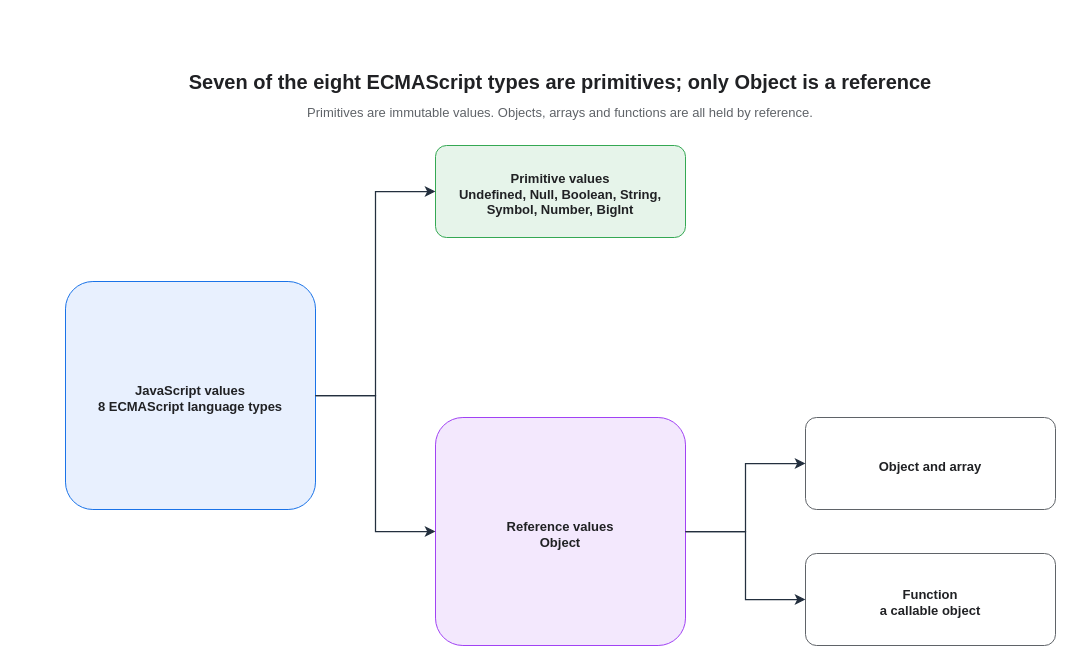
KKamJi98/kkamji98.github.io keeps this draw.io diagram as assets/img/javascript/javascript-data-type-model.drawio. Above is the earlier version. Source tidied: cells renumbered, new cells numbered last; positions are measured from the earlier drawing's top-left corner, leaving out a move shared by most shapes. Both pictures are drawn from the tidied source at 100%, with x=0, y=0 at pixel (65, 65).
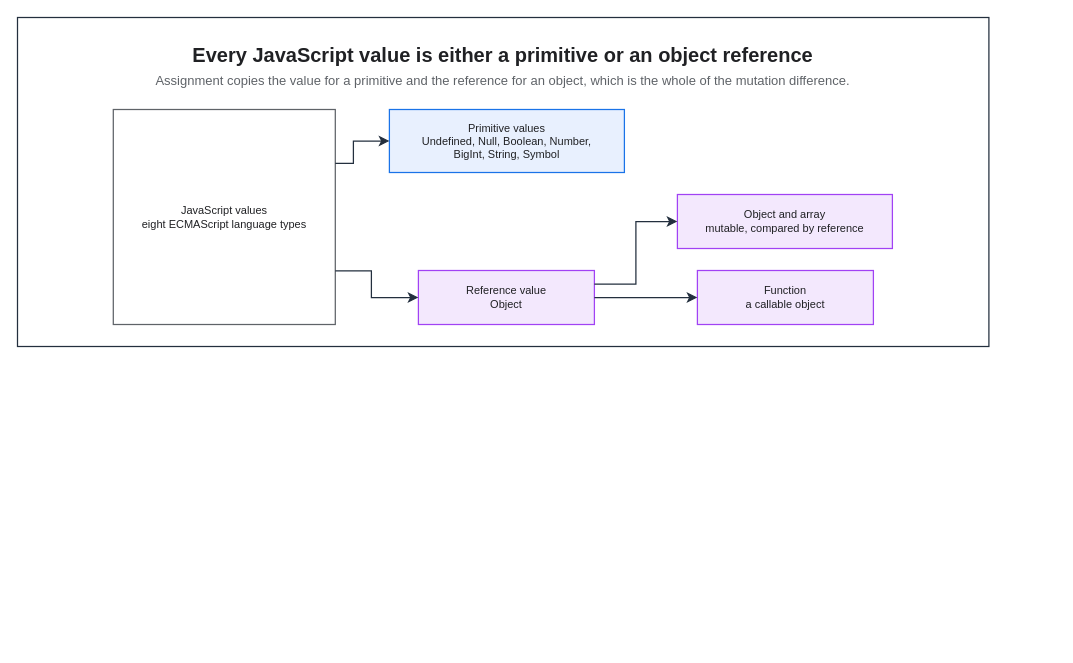
The same page after the edit.

What changed in the source:
```diff
@@
 <mxGraphModel background="#FFFFFF">
   <root>
     <mxCell id="0" />
     <mxCell id="1" parent="0" />
+    <mxCell id="13" style="rounded=0;html=0;fillColor=none;strokeColor=#232F3E;fontColor=#202124;strokeWidth=1.25;" parent="1" vertex="1">
+      <mxGeometry x="-48" y="-48" width="971.4" height="329" as="geometry" />
+    </mxCell>
-    <mxCell id="2" value="Seven of the eight ECMAScript types are primitives; only Object is a reference" style="text;html=0;strokeColor=none;fillColor=none;align=center;verticalAlign=middle;fontColor=#202124;fontSize=20;fontStyle=1;" parent="1" vertex="1">
-      <mxGeometry width="990" height="30" as="geometry" />
+    <mxCell id="2" value="Every JavaScript value is either a primitive or an object reference" style="text;html=0;whiteSpace=wrap;fillColor=none;strokeColor=none;fontColor=#202124;fontSize=20;fontStyle=1;align=center;verticalAlign=middle;" parent="1" vertex="1">
+      <mxGeometry x="-26" y="-26" width="927.4" height="30" as="geometry" />
     </mxCell>
-    <mxCell id="3" value="Primitives are immutable values. Objects, arrays and functions are all held by reference." style="text;html=0;strokeColor=none;fillColor=none;align=center;verticalAlign=middle;fontColor=#5F6368;fontSize=13;" parent="1" vertex="1">
-      <mxGeometry y="34" width="990" height="24" as="geometry" />
+    <mxCell id="3" value="Assignment copies the value for a primitive and the reference for an object, which is the whole of the mutation difference." style="text;html=0;whiteSpace=wrap;fillColor=none;strokeColor=none;fontColor=#5F6368;fontSize=13;fontStyle=0;align=center;verticalAlign=middle;" parent="1" vertex="1">
+      <mxGeometry x="-26" y="4" width="927.4" height="22" as="geometry" />
     </mxCell>
-    <mxCell id="4" value="JavaScript values&#10;8 ECMAScript language types" style="rounded=1;whiteSpace=wrap;html=0;arcSize=12;fillColor=#E8F0FE;strokeColor=#1A73E8;fontColor=#202124;fontSize=13;fontStyle=1;align=center;verticalAlign=middle;spacingTop=6;spacingLeft=6;spacingRight=6;" parent="1" vertex="1">
-      <mxGeometry y="216" width="250" height="228" as="geometry" />
+    <mxCell id="4" value="JavaScript values&#10;eight ECMAScript language types" style="rounded=0;whiteSpace=wrap;html=0;fillColor=#FFFFFF;strokeColor=#5F6368;fontColor=#202124;fontSize=11;fontStyle=0;align=center;verticalAlign=middle;spacingLeft=6;spacingRight=6;strokeWidth=1.25;" parent="1" vertex="1">
+      <mxGeometry x="47.8" y="44" width="222" height="215" as="geometry" />
     </mxCell>
-    <mxCell id="5" value="Primitive values&#10;Undefined, Null, Boolean, String, Symbol, Number, BigInt" style="rounded=1;whiteSpace=wrap;html=0;arcSize=12;fillColor=#E6F4EA;strokeColor=#34A853;fontColor=#202124;fontSize=13;fontStyle=1;align=center;verticalAlign=middle;spacingTop=6;spacingLeft=6;spacingRight=6;" parent="1" vertex="1">
-      <mxGeometry x="370" y="80" width="250" height="92" as="geometry" />
+    <mxCell id="5" value="Primitive values&#10;Undefined, Null, Boolean, Number,&#10;BigInt, String, Symbol" style="rounded=0;whiteSpace=wrap;html=0;fillColor=#E8F0FE;strokeColor=#1A73E8;fontColor=#202124;fontSize=11;fontStyle=0;align=center;verticalAlign=middle;spacingLeft=6;spacingRight=6;strokeWidth=1.25;" parent="1" vertex="1">
+      <mxGeometry x="323.9" y="44" width="235" height="63" as="geometry" />
     </mxCell>
-    <mxCell id="6" value="Reference values&#10;Object" style="rounded=1;whiteSpace=wrap;html=0;arcSize=12;fillColor=#F3E8FD;strokeColor=#A142F4;fontColor=#202124;fontSize=13;fontStyle=1;align=center;verticalAlign=middle;spacingTop=6;spacingLeft=6;spacingRight=6;" parent="1" vertex="1">
-      <mxGeometry x="370" y="352" width="250" height="228" as="geometry" />
+    <mxCell id="6" value="Reference value&#10;Object" style="rounded=0;whiteSpace=wrap;html=0;fillColor=#F3E8FD;strokeColor=#A142F4;fontColor=#202124;fontSize=11;fontStyle=0;align=center;verticalAlign=middle;spacingLeft=6;spacingRight=6;strokeWidth=1.25;" parent="1" vertex="1">
+      <mxGeometry x="352.9" y="205" width="176" height="54" as="geometry" />
     </mxCell>
-    <mxCell id="7" value="Object and array" style="rounded=1;whiteSpace=wrap;html=0;arcSize=12;fillColor=#FFFFFF;strokeColor=#5F6368;fontColor=#202124;fontSize=13;fontStyle=1;align=center;verticalAlign=middle;spacingTop=6;spacingLeft=6;spacingRight=6;" parent="1" vertex="1">
-      <mxGeometry x="740" y="352" width="250" height="92" as="geometry" />
+    <mxCell id="7" value="Object and array&#10;mutable, compared by reference" style="rounded=0;whiteSpace=wrap;html=0;fillColor=#F3E8FD;strokeColor=#A142F4;fontColor=#202124;fontSize=11;fontStyle=0;align=center;verticalAlign=middle;spacingLeft=6;spacingRight=6;strokeWidth=1.25;" parent="1" vertex="1">
+      <mxGeometry x="611.9" y="129" width="215" height="54" as="geometry" />
     </mxCell>
-    <mxCell id="8" value="Function&#10;a callable object" style="rounded=1;whiteSpace=wrap;html=0;arcSize=12;fillColor=#FFFFFF;strokeColor=#5F6368;fontColor=#202124;fontSize=13;fontStyle=1;align=center;verticalAlign=middle;spacingTop=6;spacingLeft=6;spacingRight=6;" parent="1" vertex="1">
-      <mxGeometry x="740" y="488" width="250" height="92" as="geometry" />
+    <mxCell id="8" value="Function&#10;a callable object" style="rounded=0;whiteSpace=wrap;html=0;fillColor=#F3E8FD;strokeColor=#A142F4;fontColor=#202124;fontSize=11;fontStyle=0;align=center;verticalAlign=middle;spacingLeft=6;spacingRight=6;strokeWidth=1.25;" parent="1" vertex="1">
+      <mxGeometry x="631.9" y="205" width="176" height="54" as="geometry" />
     </mxCell>
-    <mxCell id="9" style="edgeStyle=orthogonalEdgeStyle;rounded=0;html=0;strokeColor=#232F3E;strokeWidth=1.25;endArrow=classic;endFill=1;endSize=7;fontSize=11;fontColor=#202124;labelBackgroundColor=none;exitX=1;exitY=0.5;entryX=0;entryY=0.5;exitDx=0;exitDy=0;entryDx=0;entryDy=0;" parent="1" edge="1" source="4" target="5">
+    <mxCell id="9" style="edgeStyle=orthogonalEdgeStyle;rounded=0;html=0;strokeColor=#232F3E;strokeWidth=1.25;endArrow=classic;endFill=1;endSize=7;fontSize=11;fontColor=#202124;labelBackgroundColor=none;jettySize=14;exitX=1;exitY=0.25;entryX=0;entryY=0.5;exitDx=0;exitDy=0;entryDx=0;entryDy=0;" parent="1" edge="1" source="4" target="5">
       <mxGeometry relative="1" as="geometry">
         <Array as="points">
-          <mxPoint x="310" y="330" />
-          <mxPoint x="310" y="126" />
+          <mxPoint x="287.9" y="97.8" />
+          <mxPoint x="287.9" y="75.5" />
         </Array>
       </mxGeometry>
     </mxCell>
-    <mxCell id="10" style="edgeStyle=orthogonalEdgeStyle;rounded=0;html=0;strokeColor=#232F3E;strokeWidth=1.25;endArrow=classic;endFill=1;endSize=7;fontSize=11;fontColor=#202124;labelBackgroundColor=none;exitX=1;exitY=0.5;entryX=0;entryY=0.5;exitDx=0;exitDy=0;entryDx=0;entryDy=0;" parent="1" edge="1" source="4" target="6">
+    <mxCell id="10" style="edgeStyle=orthogonalEdgeStyle;rounded=0;html=0;strokeColor=#232F3E;strokeWidth=1.25;endArrow=classic;endFill=1;endSize=7;fontSize=11;fontColor=#202124;labelBackgroundColor=none;jettySize=14;exitX=1;exitY=0.75;entryX=0;entryY=0.5;exitDx=0;exitDy=0;entryDx=0;entryDy=0;" parent="1" edge="1" source="4" target="6">
       <mxGeometry relative="1" as="geometry">
         <Array as="points">
-          <mxPoint x="310" y="330" />
-          <mxPoint x="310" y="466" />
+          <mxPoint x="305.9" y="205.2" />
+          <mxPoint x="305.9" y="232" />
         </Array>
       </mxGeometry>
     </mxCell>
-    <mxCell id="11" style="edgeStyle=orthogonalEdgeStyle;rounded=0;html=0;strokeColor=#232F3E;strokeWidth=1.25;endArrow=classic;endFill=1;endSize=7;fontSize=11;fontColor=#202124;labelBackgroundColor=none;exitX=1;exitY=0.5;entryX=0;entryY=0.5;exitDx=0;exitDy=0;entryDx=0;entryDy=0;" parent="1" edge="1" source="6" target="7">
-      <mxGeometry relative="1" as="geometry" />
+    <mxCell id="11" style="edgeStyle=orthogonalEdgeStyle;rounded=0;html=0;strokeColor=#232F3E;strokeWidth=1.25;endArrow=classic;endFill=1;endSize=7;fontSize=11;fontColor=#202124;labelBackgroundColor=none;jettySize=14;exitX=1;exitY=0.25;entryX=0;entryY=0.5;exitDx=0;exitDy=0;entryDx=0;entryDy=0;" parent="1" edge="1" source="6" target="7">
+      <mxGeometry relative="1" as="geometry">
+        <Array as="points">
+          <mxPoint x="570.4" y="218.5" />
+          <mxPoint x="570.4" y="156" />
+        </Array>
+      </mxGeometry>
     </mxCell>
-    <mxCell id="12" style="edgeStyle=orthogonalEdgeStyle;rounded=0;html=0;strokeColor=#232F3E;strokeWidth=1.25;endArrow=classic;endFill=1;endSize=7;fontSize=11;fontColor=#202124;labelBackgroundColor=none;exitX=1;exitY=0.5;entryX=0;entryY=0.5;exitDx=0;exitDy=0;entryDx=0;entryDy=0;" parent="1" edge="1" source="6" target="8">
-      <mxGeometry relative="1" as="geometry">
-        <Array as="points">
-          <mxPoint x="680" y="466" />
-          <mxPoint x="680" y="534" />
-        </Array>
-      </mxGeometry>
+    <mxCell id="12" style="edgeStyle=orthogonalEdgeStyle;rounded=0;html=0;strokeColor=#232F3E;strokeWidth=1.25;endArrow=classic;endFill=1;endSize=7;fontSize=11;fontColor=#202124;labelBackgroundColor=none;jettySize=14;exitX=1;exitY=0.5;entryX=0;entryY=0.5;exitDx=0;exitDy=0;entryDx=0;entryDy=0;" parent="1" edge="1" source="6" target="8">
+      <mxGeometry relative="1" as="geometry" />
     </mxCell>
   </root>
 </mxGraphModel>
```
